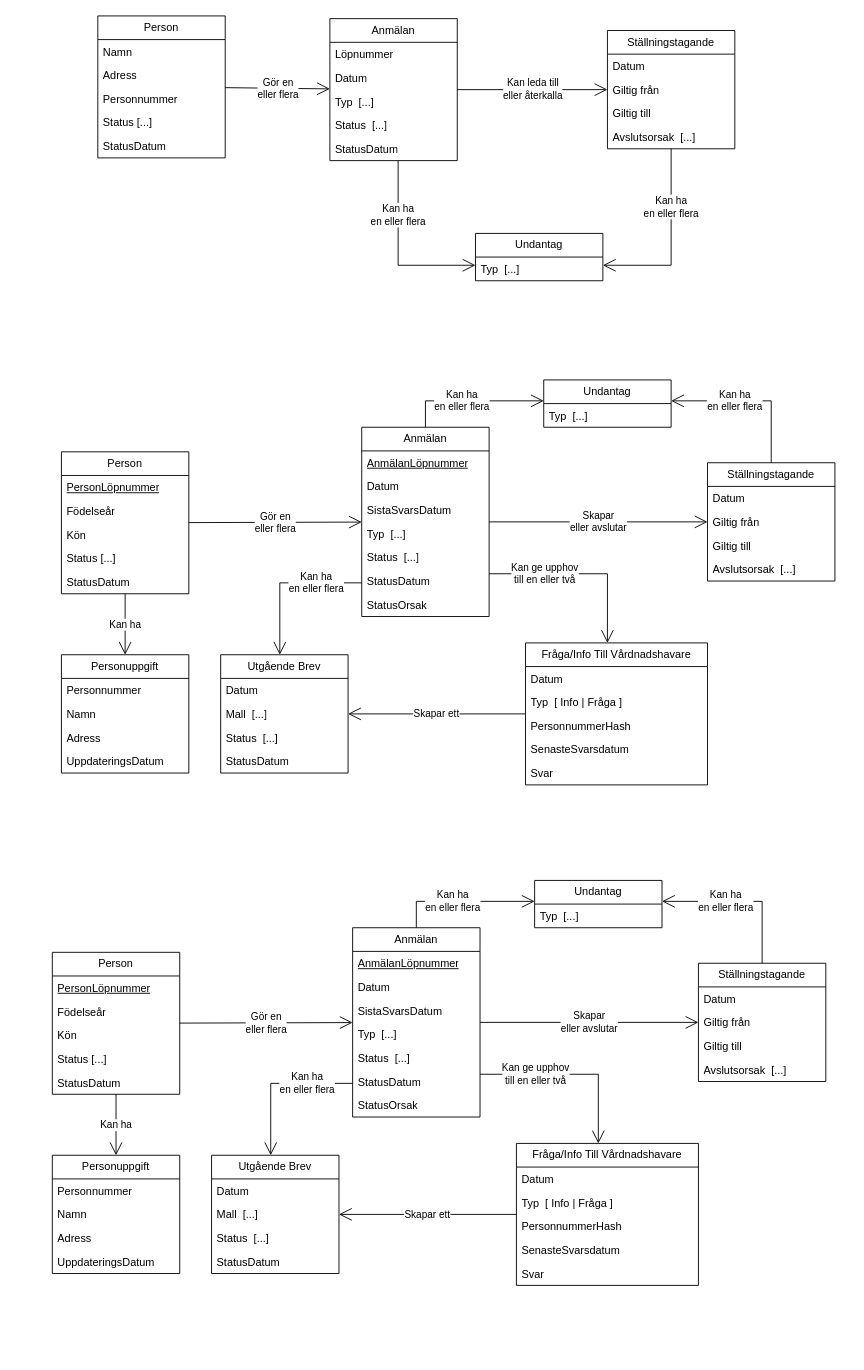
This is page "Logisk modell" (7 of 7) of Donationsregister.drawio from bhagqvist-consid/ICD11, a draw.io file, before an edit. Source tidied: cells renumbered, new cells numbered last; positions are measured from the earlier drawing's top-left corner, leaving out a move shared by most shapes. Both pictures are drawn from the tidied source at 91%, with x=0, y=0 at pixel (52, 15).
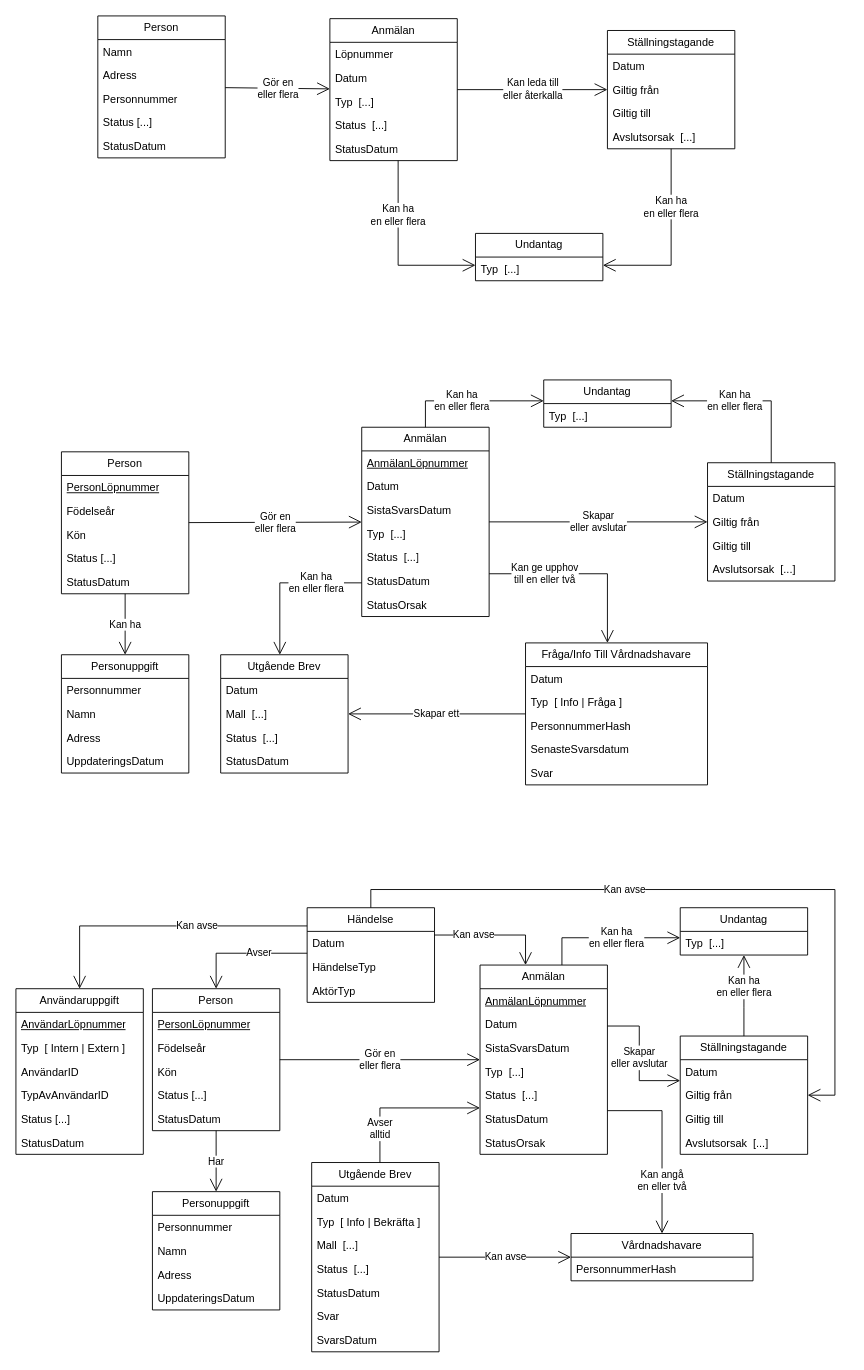
After the change.

Change to the diagram source:
```diff
@@
     <mxCell id="70" value="Person" style="swimlane;fontStyle=0;horizontal=1;startSize=26;fillColor=none;whiteSpace=wrap;html=1;" parent="1" vertex="1">
-      <mxGeometry y="1029" width="140" height="156" as="geometry" />
+      <mxGeometry x="110" y="1069" width="140" height="156" as="geometry" />
     </mxCell>
@@
     <mxCell id="76" value="Anmälan" style="swimlane;fontStyle=0;horizontal=1;startSize=26;fillColor=none;whiteSpace=wrap;html=1;" parent="1" vertex="1">
-      <mxGeometry x="330" y="1002" width="140" height="208" as="geometry" />
+      <mxGeometry x="470" y="1043" width="140" height="208" as="geometry" />
     </mxCell>
@@
     <mxCell id="84" value="Ställningstagande" style="swimlane;fontStyle=0;horizontal=1;startSize=26;fillColor=none;whiteSpace=wrap;html=1;" parent="1" vertex="1">
-      <mxGeometry x="710" y="1041" width="140" height="130" as="geometry" />
+      <mxGeometry x="690" y="1121" width="140" height="130" as="geometry" />
     </mxCell>
@@
-    <mxCell id="90" value="Skapar&lt;div&gt;eller avslutar&lt;/div&gt;" style="endArrow=open;endFill=1;endSize=12;html=1;rounded=0;" parent="1" edge="1" source="76" target="84">
-      <mxGeometry relative="1" as="geometry" />
+    <mxCell id="90" value="Skapar&lt;div&gt;eller avslutar&lt;/div&gt;" style="endArrow=open;endFill=1;endSize=12;html=1;rounded=0;edgeStyle=orthogonalEdgeStyle;" parent="1" edge="1" source="76" target="84">
+      <mxGeometry relative="1" as="geometry">
+        <Array as="points">
+          <mxPoint x="645" y="1110" />
+          <mxPoint x="645" y="1170" />
+        </Array>
+      </mxGeometry>
     </mxCell>
     <mxCell id="91" value="Undantag" style="swimlane;fontStyle=0;horizontal=1;startSize=26;fillColor=none;whiteSpace=wrap;html=1;" parent="1" vertex="1">
-      <mxGeometry x="530" y="950" width="140" height="52" as="geometry" />
+      <mxGeometry x="690" y="980" width="140" height="52" as="geometry" />
     </mxCell>
@@
     <mxCell id="93" value="Kan ha&lt;div&gt;en eller flera&lt;/div&gt;" style="endArrow=open;endFill=1;endSize=12;html=1;rounded=0;edgeStyle=orthogonalEdgeStyle;" parent="1" edge="1" source="76" target="91">
-      <mxGeometry x="-0.13" relative="1" as="geometry">
+      <mxGeometry x="0.12" relative="1" as="geometry">
         <Array as="points">
-          <mxPoint x="400" y="973" />
+          <mxPoint x="560" y="1013" />
         </Array>
       </mxGeometry>
     </mxCell>
     <mxCell id="94" value="Kan ha&lt;div&gt;en eller flera&lt;/div&gt;" style="endArrow=open;endFill=1;endSize=12;html=1;rounded=0;edgeStyle=orthogonalEdgeStyle;" parent="1" edge="1" source="84" target="91">
       <mxGeometry x="0.21" relative="1" as="geometry">
         <Array as="points">
-          <mxPoint x="780" y="973" />
+          <mxPoint x="760" y="1090" />
+          <mxPoint x="760" y="1090" />
         </Array>
       </mxGeometry>
     </mxCell>
     <mxCell id="95" value="Personuppgift" style="swimlane;fontStyle=0;horizontal=1;startSize=26;fillColor=none;whiteSpace=wrap;html=1;" parent="1" vertex="1">
-      <mxGeometry y="1252" width="140" height="130" as="geometry" />
+      <mxGeometry x="110" y="1292" width="140" height="130" as="geometry" />
     </mxCell>
@@
-    <mxCell id="100" value="Kan ha" style="endArrow=open;endFill=1;endSize=12;html=1;rounded=0;" parent="1" edge="1" source="70" target="95">
+    <mxCell id="100" value="Har" style="endArrow=open;endFill=1;endSize=12;html=1;rounded=0;" parent="1" edge="1" source="70" target="95">
       <mxGeometry relative="1" as="geometry" />
     </mxCell>
     <mxCell id="101" value="Utgående&amp;nbsp;&lt;span style=&quot;background-color: transparent; color: light-dark(rgb(0, 0, 0), rgb(255, 255, 255));&quot;&gt;Brev&lt;/span&gt;" style="swimlane;fontStyle=0;horizontal=1;startSize=26;fillColor=none;whiteSpace=wrap;html=1;" parent="1" vertex="1">
-      <mxGeometry x="175" y="1252" width="140" height="130" as="geometry" />
+      <mxGeometry x="285" y="1260" width="140" height="208" as="geometry" />
     </mxCell>
@@
+    <mxCell id="115" value="Typ&amp;nbsp;&amp;nbsp;[ Info | Bekräfta ]" style="text;strokeColor=none;fillColor=none;align=left;verticalAlign=top;spacingLeft=4;spacingRight=4;overflow=hidden;whiteSpace=wrap;html=1;" parent="101" vertex="1">
+      <mxGeometry y="52" width="140" height="26" as="geometry" />
+    </mxCell>
     <mxCell id="103" value="Mall&amp;nbsp; [...]" style="text;strokeColor=none;fillColor=none;align=left;verticalAlign=top;spacingLeft=4;spacingRight=4;overflow=hidden;whiteSpace=wrap;html=1;" parent="101" vertex="1">
-      <mxGeometry y="52" width="140" height="26" as="geometry" />
+      <mxGeometry y="78" width="140" height="26" as="geometry" />
     </mxCell>
     <mxCell id="104" value="Status&amp;nbsp;&amp;nbsp;[...]" style="text;strokeColor=none;fillColor=none;align=left;verticalAlign=top;spacingLeft=4;spacingRight=4;overflow=hidden;whiteSpace=wrap;html=1;" parent="101" vertex="1">
-      <mxGeometry y="78" width="140" height="26" as="geometry" />
+      <mxGeometry y="104" width="140" height="26" as="geometry" />
     </mxCell>
     <mxCell id="105" value="StatusDatum" style="text;strokeColor=none;fillColor=none;align=left;verticalAlign=top;spacingLeft=4;spacingRight=4;overflow=hidden;whiteSpace=wrap;html=1;" parent="101" vertex="1">
-      <mxGeometry y="104" width="140" height="26" as="geometry" />
+      <mxGeometry y="130" width="140" height="26" as="geometry" />
     </mxCell>
-    <mxCell id="106" value="Kan ha&lt;div&gt;en eller flera&lt;/div&gt;" style="endArrow=open;endFill=1;endSize=12;html=1;rounded=0;edgeStyle=orthogonalEdgeStyle;" parent="1" edge="1" source="76" target="101">
-      <mxGeometry x="-0.41" relative="1" as="geometry">
-        <Array as="points">
-          <mxPoint x="240" y="1173" />
-        </Array>
-      </mxGeometry>
-    </mxCell>
+    <mxCell id="116" value="Svar" style="text;strokeColor=none;fillColor=none;align=left;verticalAlign=top;spacingLeft=4;spacingRight=4;overflow=hidden;whiteSpace=wrap;html=1;" parent="101" vertex="1">
+      <mxGeometry y="156" width="140" height="26" as="geometry" />
+    </mxCell>
+    <mxCell id="112" value="SvarsDatum" style="text;strokeColor=none;fillColor=none;align=left;verticalAlign=top;spacingLeft=4;spacingRight=4;overflow=hidden;whiteSpace=wrap;html=1;" parent="101" vertex="1">
+      <mxGeometry y="182" width="140" height="26" as="geometry" />
+    </mxCell>
-    <mxCell id="107" value="Fråga/Info Till Vårdnadshavare" style="swimlane;fontStyle=0;horizontal=1;startSize=26;fillColor=none;whiteSpace=wrap;html=1;" parent="1" vertex="1">
-      <mxGeometry x="510" y="1239" width="200" height="156" as="geometry" />
+    <mxCell id="107" value="Vårdnadshavare" style="swimlane;fontStyle=0;horizontal=1;startSize=26;fillColor=none;whiteSpace=wrap;html=1;" parent="1" vertex="1">
+      <mxGeometry x="570" y="1338" width="200" height="52" as="geometry" />
     </mxCell>
-    <mxCell id="108" value="Datum" style="text;strokeColor=none;fillColor=none;align=left;verticalAlign=top;spacingLeft=4;spacingRight=4;overflow=hidden;whiteSpace=wrap;html=1;" parent="107" vertex="1">
-      <mxGeometry y="26" width="200" height="26" as="geometry" />
-    </mxCell>
-    <mxCell id="109" value="Typ&amp;nbsp;&amp;nbsp;[ Info | Fråga ]" style="text;strokeColor=none;fillColor=none;align=left;verticalAlign=top;spacingLeft=4;spacingRight=4;overflow=hidden;whiteSpace=wrap;html=1;" parent="107" vertex="1">
-      <mxGeometry y="52" width="200" height="26" as="geometry" />
-    </mxCell>
     <mxCell id="110" value="PersonnummerHash" style="text;strokeColor=none;fillColor=none;align=left;verticalAlign=top;spacingLeft=4;spacingRight=4;overflow=hidden;whiteSpace=wrap;html=1;" parent="107" vertex="1">
-      <mxGeometry y="78" width="200" height="26" as="geometry" />
+      <mxGeometry y="26" width="200" height="26" as="geometry" />
     </mxCell>
-    <mxCell id="111" value="SenasteSvarsdatum" style="text;strokeColor=none;fillColor=none;align=left;verticalAlign=top;spacingLeft=4;spacingRight=4;overflow=hidden;whiteSpace=wrap;html=1;" parent="107" vertex="1">
-      <mxGeometry y="104" width="200" height="26" as="geometry" />
-    </mxCell>
-    <mxCell id="112" value="Svar" style="text;strokeColor=none;fillColor=none;align=left;verticalAlign=top;spacingLeft=4;spacingRight=4;overflow=hidden;whiteSpace=wrap;html=1;" parent="107" vertex="1">
-      <mxGeometry y="130" width="200" height="26" as="geometry" />
-    </mxCell>
-    <mxCell id="113" value="Kan ge upphov&lt;div&gt;till en eller två&lt;/div&gt;" style="endArrow=open;endFill=1;endSize=12;html=1;rounded=0;edgeStyle=orthogonalEdgeStyle;" parent="1" edge="1" source="76" target="107">
-      <mxGeometry x="-0.41" relative="1" as="geometry">
+    <mxCell id="113" value="Kan angå&lt;div&gt;&lt;span style=&quot;background-color: light-dark(#ffffff, var(--ge-dark-color, #121212)); color: light-dark(rgb(0, 0, 0), rgb(255, 255, 255));&quot;&gt;en eller två&lt;/span&gt;&lt;/div&gt;" style="endArrow=open;endFill=1;endSize=12;html=1;rounded=0;edgeStyle=orthogonalEdgeStyle;" parent="1" edge="1" source="76" target="107">
+      <mxGeometry x="0.4" relative="1" as="geometry">
         <Array as="points">
-          <mxPoint x="600" y="1163" />
+          <mxPoint x="670" y="1203" />
         </Array>
       </mxGeometry>
     </mxCell>
-    <mxCell id="114" value="Skapar ett" style="endArrow=open;endFill=1;endSize=12;html=1;rounded=0;" parent="1" edge="1" source="107" target="101">
+    <mxCell id="114" value="Kan avse" style="endArrow=open;endFill=1;endSize=12;html=1;rounded=0;" parent="1" edge="1" source="101" target="107">
       <mxGeometry relative="1" as="geometry" />
     </mxCell>
+    <mxCell id="117" value="Avser&lt;div&gt;alltid&lt;/div&gt;" style="endArrow=open;endFill=1;endSize=12;html=1;rounded=0;edgeStyle=orthogonalEdgeStyle;" parent="1" edge="1" source="101" target="76">
+      <mxGeometry x="-0.57" relative="1" as="geometry">
+        <Array as="points">
+          <mxPoint x="360" y="1200" />
+        </Array>
+      </mxGeometry>
+    </mxCell>
+    <mxCell id="118" value="Händelse" style="swimlane;fontStyle=0;horizontal=1;startSize=26;fillColor=none;whiteSpace=wrap;html=1;" parent="1" vertex="1">
+      <mxGeometry x="280" y="980" width="140" height="104" as="geometry" />
+    </mxCell>
+    <mxCell id="108" value="Datum" style="text;strokeColor=none;fillColor=none;align=left;verticalAlign=top;spacingLeft=4;spacingRight=4;overflow=hidden;whiteSpace=wrap;html=1;" parent="118" vertex="1">
+      <mxGeometry y="26" width="140" height="26" as="geometry" />
+    </mxCell>
+    <mxCell id="119" value="HändelseTyp" style="text;strokeColor=none;fillColor=none;align=left;verticalAlign=top;spacingLeft=4;spacingRight=4;overflow=hidden;whiteSpace=wrap;html=1;" parent="118" vertex="1">
+      <mxGeometry y="52" width="140" height="26" as="geometry" />
+    </mxCell>
+    <mxCell id="120" value="AktörTyp" style="text;strokeColor=none;fillColor=none;align=left;verticalAlign=top;spacingLeft=4;spacingRight=4;overflow=hidden;whiteSpace=wrap;html=1;" parent="118" vertex="1">
+      <mxGeometry y="78" width="140" height="26" as="geometry" />
+    </mxCell>
+    <mxCell id="121" value="Avser" style="endArrow=open;endFill=1;endSize=12;html=1;rounded=0;edgeStyle=orthogonalEdgeStyle;" parent="1" edge="1" source="118" target="70">
+      <mxGeometry x="-0.24" relative="1" as="geometry">
+        <Array as="points">
+          <mxPoint x="180" y="1030" />
+        </Array>
+      </mxGeometry>
+    </mxCell>
+    <mxCell id="122" value="Kan avse" style="endArrow=open;endFill=1;endSize=12;html=1;rounded=0;edgeStyle=orthogonalEdgeStyle;" parent="1" edge="1" source="118" target="76">
+      <mxGeometry x="-0.35" relative="1" as="geometry">
+        <Array as="points">
+          <mxPoint x="520" y="1010" />
+        </Array>
+      </mxGeometry>
+    </mxCell>
+    <mxCell id="123" value="Användaruppgift" style="swimlane;fontStyle=0;horizontal=1;startSize=26;fillColor=none;whiteSpace=wrap;html=1;" parent="1" vertex="1">
+      <mxGeometry x="-40" y="1069" width="140" height="182" as="geometry" />
+    </mxCell>
+    <mxCell id="124" value="AnvändarLöpnummer" style="text;strokeColor=none;fillColor=none;align=left;verticalAlign=top;spacingLeft=4;spacingRight=4;overflow=hidden;whiteSpace=wrap;html=1;fontStyle=4;" parent="123" vertex="1">
+      <mxGeometry y="26" width="140" height="26" as="geometry" />
+    </mxCell>
+    <mxCell id="125" value="Typ&amp;nbsp;&amp;nbsp;[ Intern | Extern ]" style="text;strokeColor=none;fillColor=none;align=left;verticalAlign=top;spacingLeft=4;spacingRight=4;overflow=hidden;whiteSpace=wrap;html=1;" parent="123" vertex="1">
+      <mxGeometry y="52" width="140" height="26" as="geometry" />
+    </mxCell>
+    <mxCell id="126" value="AnvändarID" style="text;strokeColor=none;fillColor=none;align=left;verticalAlign=top;spacingLeft=4;spacingRight=4;overflow=hidden;whiteSpace=wrap;html=1;" parent="123" vertex="1">
+      <mxGeometry y="78" width="140" height="26" as="geometry" />
+    </mxCell>
+    <mxCell id="127" value="TypAvAnvändarID" style="text;strokeColor=none;fillColor=none;align=left;verticalAlign=top;spacingLeft=4;spacingRight=4;overflow=hidden;whiteSpace=wrap;html=1;" parent="123" vertex="1">
+      <mxGeometry y="104" width="140" height="26" as="geometry" />
+    </mxCell>
+    <mxCell id="128" value="Status [...]" style="text;strokeColor=none;fillColor=none;align=left;verticalAlign=top;spacingLeft=4;spacingRight=4;overflow=hidden;whiteSpace=wrap;html=1;" parent="123" vertex="1">
+      <mxGeometry y="130" width="140" height="26" as="geometry" />
+    </mxCell>
+    <mxCell id="129" value="StatusDatum" style="text;strokeColor=none;fillColor=none;align=left;verticalAlign=top;spacingLeft=4;spacingRight=4;overflow=hidden;whiteSpace=wrap;html=1;" parent="123" vertex="1">
+      <mxGeometry y="156" width="140" height="26" as="geometry" />
+    </mxCell>
+    <mxCell id="130" value="Kan avse" style="endArrow=open;endFill=1;endSize=12;html=1;rounded=0;edgeStyle=orthogonalEdgeStyle;entryX=0.5;entryY=0;entryDx=0;entryDy=0;" parent="1" edge="1" source="118" target="123">
+      <mxGeometry x="-0.24" relative="1" as="geometry">
+        <Array as="points">
+          <mxPoint x="30" y="1000" />
+        </Array>
+      </mxGeometry>
+    </mxCell>
+    <mxCell id="131" value="Kan avse" style="endArrow=open;endFill=1;endSize=12;html=1;rounded=0;edgeStyle=orthogonalEdgeStyle;" parent="1" edge="1" source="118" target="84">
+      <mxGeometry x="-0.24" relative="1" as="geometry">
+        <Array as="points">
+          <mxPoint x="350" y="960" />
+          <mxPoint x="860" y="960" />
+          <mxPoint x="860" y="1186" />
+        </Array>
+      </mxGeometry>
+    </mxCell>
```
